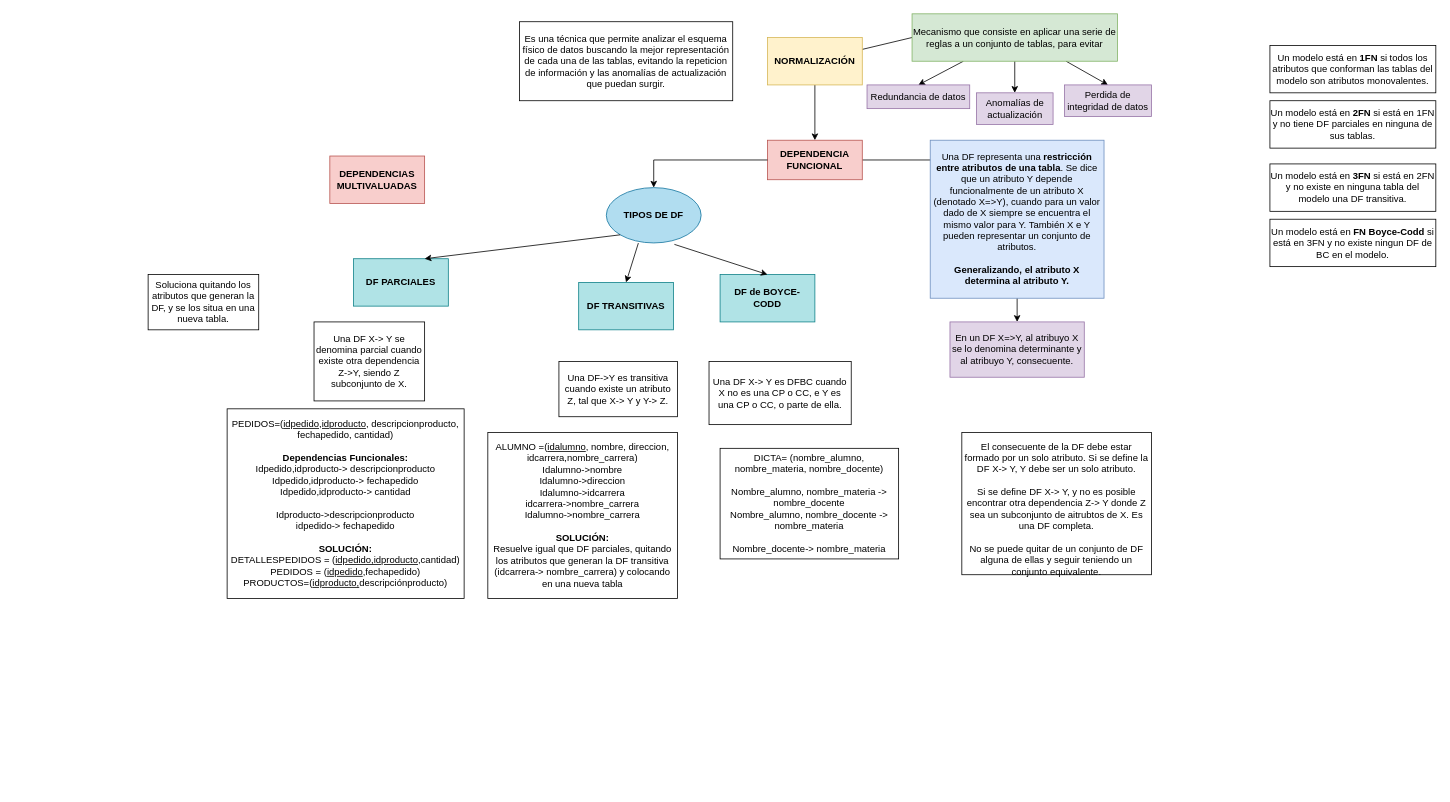
Before: page "Normalización" (6 of 6) of Diagrama-resumen.drawio in senras/DBD, a draw.io diagram. Source tidied: cells renumbered, new cells numbered last; positions are measured from the earlier drawing's top-left corner, leaving out a move shared by most shapes. Both pictures are drawn from the tidied source at 79%, with x=0, y=0 at pixel (148, 13).
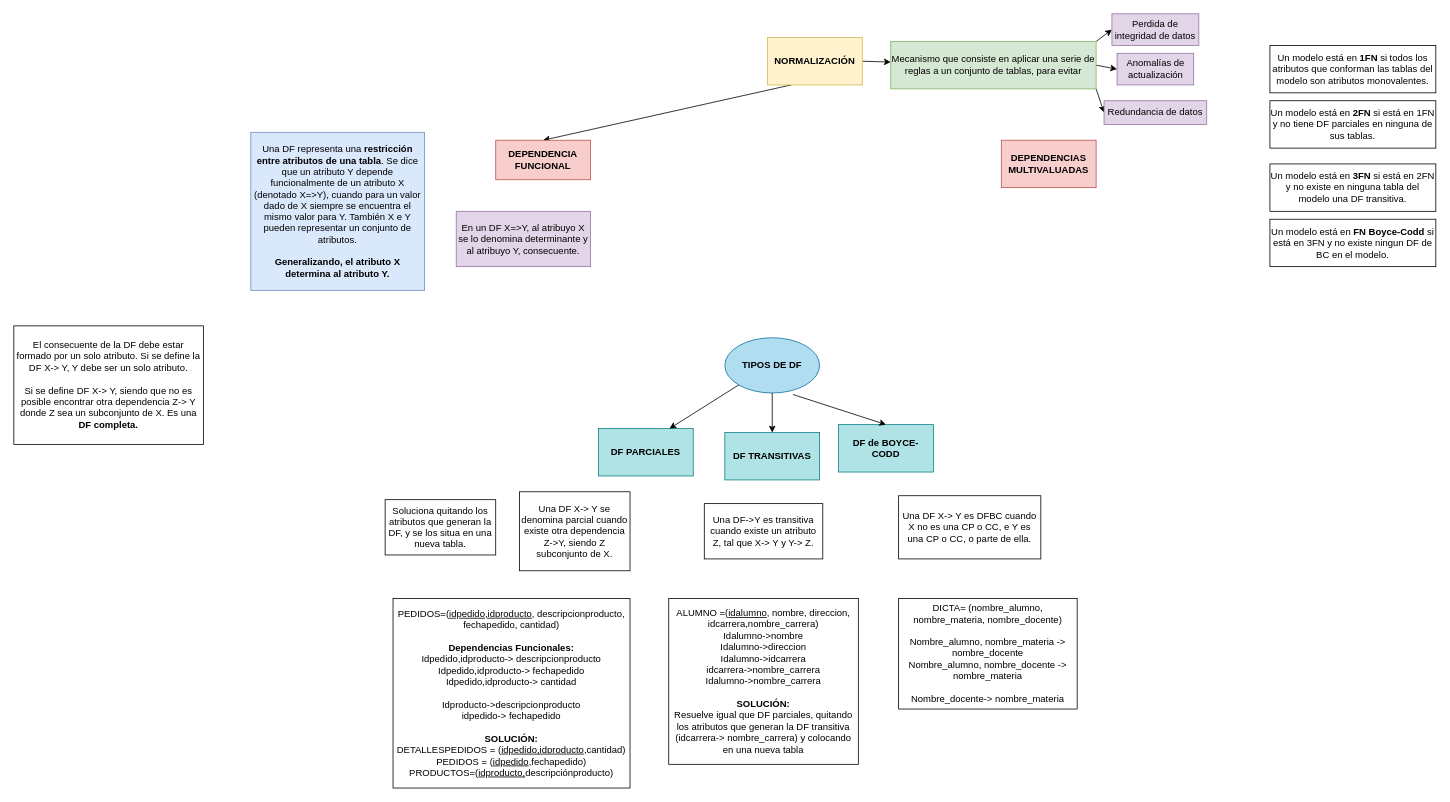
Above is the later version.

Unchanged cells that the change refers to:
```xml
<mxCell id="4" value="&lt;b&gt;NORMALIZACIÓN&lt;/b&gt;" style="rounded=0;whiteSpace=wrap;html=1;fillColor=#fff2cc;strokeColor=#d6b656;" parent="1" vertex="1">
  <mxGeometry x="784" y="30" width="120" height="60" as="geometry" />
</mxCell>
```

The edit, as a diff of the source:
```diff
@@
+    <mxCell id="3" style="edgeStyle=none;rounded=0;jettySize=auto;html=1;exitX=0.25;exitY=1;exitDx=0;exitDy=0;entryX=0.5;entryY=0;entryDx=0;entryDy=0;endArrow=classic;endFill=1;" parent="1" edge="1" source="4" target="10">
+      <mxGeometry relative="1" as="geometry" />
+    </mxCell>
-    <mxCell id="2" style="rounded=0;jettySize=auto;html=1;exitX=1;exitY=0.25;exitDx=0;exitDy=0;entryX=0;entryY=0.5;entryDx=0;entryDy=0;endArrow=none;endFill=0;" parent="1" edge="1" source="4" target="8">
+    <mxCell id="2" style="rounded=0;jettySize=auto;html=1;exitX=1;exitY=0.5;exitDx=0;exitDy=0;" parent="1" edge="1" source="4" target="8">
       <mxGeometry relative="1" as="geometry" />
     </mxCell>
-    <mxCell id="3" style="edgeStyle=none;rounded=0;jettySize=auto;html=1;exitX=0.5;exitY=1;exitDx=0;exitDy=0;entryX=0.5;entryY=0;entryDx=0;entryDy=0;endArrow=classic;endFill=1;" parent="1" edge="1" source="4" target="10">
-      <mxGeometry relative="1" as="geometry" />
-    </mxCell>
@@
-    <mxCell id="5" style="edgeStyle=none;rounded=0;jettySize=auto;html=1;exitX=0.25;exitY=1;exitDx=0;exitDy=0;entryX=0.5;entryY=0;entryDx=0;entryDy=0;endArrow=classic;endFill=1;" parent="1" edge="1" source="8" target="19">
+    <mxCell id="5" style="edgeStyle=none;rounded=0;jettySize=auto;html=1;exitX=1;exitY=1;exitDx=0;exitDy=0;entryX=0;entryY=0.5;entryDx=0;entryDy=0;endArrow=classic;endFill=1;" parent="1" edge="1" source="8" target="19">
       <mxGeometry relative="1" as="geometry" />
     </mxCell>
-    <mxCell id="6" style="edgeStyle=none;rounded=0;jettySize=auto;html=1;exitX=0.5;exitY=1;exitDx=0;exitDy=0;entryX=0.5;entryY=0;entryDx=0;entryDy=0;endArrow=classic;endFill=1;" parent="1" edge="1" source="8" target="18">
+    <mxCell id="6" style="edgeStyle=none;rounded=0;jettySize=auto;html=1;exitX=1;exitY=0.5;exitDx=0;exitDy=0;entryX=0;entryY=0.5;entryDx=0;entryDy=0;endArrow=classic;endFill=1;" parent="1" edge="1" source="8" target="18">
       <mxGeometry relative="1" as="geometry" />
     </mxCell>
-    <mxCell id="7" style="edgeStyle=none;rounded=0;jettySize=auto;html=1;exitX=0.75;exitY=1;exitDx=0;exitDy=0;entryX=0.5;entryY=0;entryDx=0;entryDy=0;endArrow=classic;endFill=1;" parent="1" edge="1" source="8" target="17">
+    <mxCell id="7" style="edgeStyle=none;rounded=0;jettySize=auto;html=1;exitX=1;exitY=0;exitDx=0;exitDy=0;entryX=0;entryY=0.5;entryDx=0;entryDy=0;endArrow=classic;endFill=1;" parent="1" edge="1" source="8" target="17">
       <mxGeometry relative="1" as="geometry" />
     </mxCell>
     <mxCell id="8" value="Mecanismo que consiste en aplicar una serie de reglas a un conjunto de tablas, para evitar" style="text;html=1;strokeColor=#82b366;fillColor=#d5e8d4;align=center;verticalAlign=middle;whiteSpace=wrap;rounded=0;" parent="1" vertex="1">
-      <mxGeometry x="967" width="260" height="60" as="geometry" />
+      <mxGeometry x="940" y="35" width="260" height="60" as="geometry" />
     </mxCell>
-    <mxCell id="9" style="edgeStyle=none;rounded=0;jettySize=auto;html=1;exitX=1;exitY=0.5;exitDx=0;exitDy=0;endArrow=none;endFill=0;" parent="1" edge="1" source="10">
-      <mxGeometry relative="1" as="geometry">
-        <mxPoint x="1000" y="185" as="targetPoint" />
-      </mxGeometry>
-    </mxCell>
     <mxCell id="10" value="DEPENDENCIA FUNCIONAL&lt;br&gt;" style="rounded=0;whiteSpace=wrap;html=1;fillColor=#f8cecc;strokeColor=#b85450;fontStyle=1;" parent="1" vertex="1">
-      <mxGeometry x="784" y="160" width="120" height="50" as="geometry" />
+      <mxGeometry x="440" y="160" width="120" height="50" as="geometry" />
     </mxCell>
-    <mxCell id="11" style="edgeStyle=orthogonalEdgeStyle;rounded=0;jettySize=auto;html=1;exitX=0.5;exitY=1;exitDx=0;exitDy=0;entryX=0.5;entryY=0;entryDx=0;entryDy=0;" parent="1" edge="1" source="12" target="24">
-      <mxGeometry relative="1" as="geometry" />
-    </mxCell>
     <mxCell id="12" value="Una DF representa una &lt;b&gt;restricción entre atributos de una tabla&lt;/b&gt;. Se dice que un atributo Y depende funcionalmente de un atributo X (denotado X=&amp;gt;Y), cuando para un valor dado de X siempre se encuentra el mismo valor para Y. También X e Y pueden representar un conjunto de atributos.&lt;br&gt;&lt;br&gt;&lt;b&gt;Generalizando, el atributo X determina al atributo Y.&lt;/b&gt;" style="rounded=0;whiteSpace=wrap;html=1;fillColor=#dae8fc;strokeColor=#6c8ebf;" parent="1" vertex="1">
-      <mxGeometry x="990" y="160" width="220" height="200" as="geometry" />
+      <mxGeometry x="130" y="150" width="220" height="200" as="geometry" />
     </mxCell>
     <mxCell id="13" value="&lt;b&gt;DF PARCIALES&lt;/b&gt;" style="rounded=0;whiteSpace=wrap;html=1;fillColor=#b0e3e6;strokeColor=#0e8088;" parent="1" vertex="1">
-      <mxGeometry x="260" y="310" width="120" height="60" as="geometry" />
+      <mxGeometry x="570" y="525" width="120" height="60" as="geometry" />
     </mxCell>
     <mxCell id="14" value="&lt;b&gt;DF TRANSITIVAS&lt;/b&gt;" style="rounded=0;whiteSpace=wrap;html=1;fillColor=#b0e3e6;strokeColor=#0e8088;" parent="1" vertex="1">
-      <mxGeometry x="545" y="340" width="120" height="60" as="geometry" />
+      <mxGeometry x="730" y="530" width="120" height="60" as="geometry" />
     </mxCell>
     <mxCell id="15" value="DF de BOYCE-CODD" style="rounded=0;whiteSpace=wrap;html=1;fontStyle=1;fillColor=#b0e3e6;strokeColor=#0e8088;" parent="1" vertex="1">
-      <mxGeometry x="724" y="330" width="120" height="60" as="geometry" />
+      <mxGeometry x="874" y="520" width="120" height="60" as="geometry" />
     </mxCell>
     <mxCell id="16" value="&lt;b&gt;DEPENDENCIAS MULTIVALUADAS&lt;/b&gt;" style="rounded=0;whiteSpace=wrap;html=1;fillColor=#f8cecc;strokeColor=#b85450;" parent="1" vertex="1">
-      <mxGeometry x="230" y="180" width="120" height="60" as="geometry" />
+      <mxGeometry x="1080" y="160" width="120" height="60" as="geometry" />
     </mxCell>
     <mxCell id="17" value="Perdida de integridad de datos" style="rounded=0;whiteSpace=wrap;html=1;fillColor=#e1d5e7;strokeColor=#9673a6;" parent="1" vertex="1">
-      <mxGeometry x="1160" y="90" width="110" height="40" as="geometry" />
+      <mxGeometry x="1220" width="110" height="40" as="geometry" />
     </mxCell>
     <mxCell id="18" value="Anomalías de actualización" style="rounded=0;whiteSpace=wrap;html=1;fillColor=#e1d5e7;strokeColor=#9673a6;" parent="1" vertex="1">
-      <mxGeometry x="1048.5" y="100" width="97" height="40" as="geometry" />
+      <mxGeometry x="1226.5" y="50" width="97" height="40" as="geometry" />
     </mxCell>
     <mxCell id="19" value="Redundancia de datos" style="rounded=0;whiteSpace=wrap;html=1;fillColor=#e1d5e7;strokeColor=#9673a6;" parent="1" vertex="1">
-      <mxGeometry x="910" y="90" width="130" height="30" as="geometry" />
+      <mxGeometry x="1210" y="110" width="130" height="30" as="geometry" />
     </mxCell>
     <mxCell id="20" value="&lt;b&gt;TIPOS DE DF&lt;/b&gt;" style="ellipse;whiteSpace=wrap;html=1;fillColor=#b1ddf0;strokeColor=#10739e;" parent="1" vertex="1">
-      <mxGeometry x="580" y="220" width="120" height="70" as="geometry" />
+      <mxGeometry x="730" y="410" width="120" height="70" as="geometry" />
     </mxCell>
@@
-    <mxCell id="22" style="endArrow=classic;html=1;rounded=0;entryX=0.5;entryY=0;entryDx=0;entryDy=0;exitX=0.338;exitY=1.003;exitDx=0;exitDy=0;exitPerimeter=0;" parent="1" edge="1" source="20" target="14">
+    <mxCell id="22" style="endArrow=classic;html=1;rounded=0;exitX=0.5;exitY=1;exitDx=0;exitDy=0;" parent="1" edge="1" source="20" target="14">
       <mxGeometry relative="1" as="geometry" />
     </mxCell>
@@
     <mxCell id="24" value="En un DF X=&amp;gt;Y, al atribuyo X se lo denomina determinante y al atribuyo Y, consecuente." style="rounded=0;whiteSpace=wrap;html=1;fillColor=#e1d5e7;strokeColor=#9673a6;" parent="1" vertex="1">
-      <mxGeometry x="1015" y="390" width="170" height="70" as="geometry" />
+      <mxGeometry x="390" y="250" width="170" height="70" as="geometry" />
     </mxCell>
-    <mxCell id="25" style="endArrow=classic;html=1;rounded=0;exitX=0;exitY=0.5;exitDx=0;exitDy=0;edgeStyle=orthogonalEdgeStyle;entryX=0.5;entryY=0;entryDx=0;entryDy=0;endFill=1;" parent="1" edge="1" source="10" target="20">
-      <mxGeometry relative="1" as="geometry" />
-    </mxCell>
-    <mxCell id="26" value="&lt;br&gt;El consecuente de la DF debe estar formado por un solo atributo. Si se define la DF X-&amp;gt; Y, Y debe ser un solo atributo.&lt;br&gt;&lt;br&gt;Si se define DF X-&amp;gt; Y, y no es posible encontrar otra dependencia Z-&amp;gt; Y donde Z sea un subconjunto de aitrubtos de X. Es una DF completa.&lt;br&gt;&lt;br&gt;No se puede quitar de un conjunto de DF alguna de ellas y seguir teniendo un conjunto equivalente." style="rounded=0;whiteSpace=wrap;html=1;" parent="1" vertex="1">
-      <mxGeometry x="1030" y="530" width="240" height="180" as="geometry" />
+    <mxCell id="26" value="El consecuente de la DF debe estar formado por un solo atributo. Si se define la DF X-&amp;gt; Y, Y debe ser un solo atributo.&lt;br&gt;&lt;br&gt;Si se define DF X-&amp;gt; Y, siendo que no es posible encontrar otra dependencia Z-&amp;gt; Y donde Z sea un subconjunto de X. Es una &lt;b&gt;DF completa.&lt;/b&gt;" style="rounded=0;whiteSpace=wrap;html=1;" parent="1" vertex="1">
+      <mxGeometry x="-170" y="395" width="240" height="150" as="geometry" />
     </mxCell>
     <mxCell id="27" value="Una DF X-&amp;gt; Y se denomina parcial cuando existe otra dependencia Z-&amp;gt;Y, siendo Z subconjunto de X." style="rounded=0;whiteSpace=wrap;html=1;" parent="1" vertex="1">
-      <mxGeometry x="210" y="390" width="140" height="100" as="geometry" />
+      <mxGeometry x="470" y="605" width="140" height="100" as="geometry" />
     </mxCell>
     <mxCell id="28" value="Una DF-&amp;gt;Y es transitiva cuando existe un atributo Z, tal que X-&amp;gt; Y y Y-&amp;gt; Z." style="rounded=0;whiteSpace=wrap;html=1;" parent="1" vertex="1">
-      <mxGeometry x="520" y="440" width="150" height="70" as="geometry" />
+      <mxGeometry x="704" y="620" width="150" height="70" as="geometry" />
     </mxCell>
     <mxCell id="29" value="PEDIDOS=(&lt;u&gt;idpedido,idproducto&lt;/u&gt;, descripcionproducto, fechapedido, cantidad)&lt;br&gt;&lt;br&gt;&lt;b&gt;Dependencias Funcionales:&lt;/b&gt;&lt;br&gt;Idpedido,idproducto-&amp;gt; descripcionproducto&lt;br&gt;Idpedido,idproducto-&amp;gt; fechapedido&lt;br&gt;Idpedido,idproducto-&amp;gt; cantidad&lt;br&gt;&lt;br&gt;Idproducto-&amp;gt;descripcionproducto&lt;br&gt;idpedido-&amp;gt; fechapedido&lt;br&gt;&lt;br&gt;&lt;b&gt;SOLUCIÓN:&lt;/b&gt;&lt;br&gt;DETALLESPEDIDOS = (&lt;u&gt;idpedido,idproducto&lt;/u&gt;,cantidad)&lt;br&gt;PEDIDOS = (&lt;u&gt;idpedido&lt;/u&gt;,fechapedido)&lt;br&gt;PRODUCTOS=(&lt;u&gt;idproducto,&lt;/u&gt;descripciónproducto)" style="rounded=0;whiteSpace=wrap;html=1;" parent="1" vertex="1">
-      <mxGeometry x="100" y="500" width="300" height="240" as="geometry" />
+      <mxGeometry x="310" y="740" width="300" height="240" as="geometry" />
     </mxCell>
     <mxCell id="30" value="ALUMNO =(&lt;u&gt;idalumno&lt;/u&gt;, nombre, direccion, idcarrera,nombre_carrera)&lt;br&gt;Idalumno-&amp;gt;nombre&lt;br&gt;Idalumno-&amp;gt;direccion&lt;br&gt;Idalumno-&amp;gt;idcarrera&lt;br&gt;idcarrera-&amp;gt;nombre_carrera&lt;br&gt;Idalumno-&amp;gt;nombre_carrera&lt;br&gt;&lt;br&gt;&lt;b&gt;SOLUCIÓN:&lt;br&gt;&lt;/b&gt;Resuelve igual que DF parciales, quitando los atributos que generan la DF transitiva (idcarrera-&amp;gt; nombre_carrera) y colocando en una nueva tabla" style="rounded=0;whiteSpace=wrap;html=1;" parent="1" vertex="1">
-      <mxGeometry x="430" y="530" width="240" height="210" as="geometry" />
+      <mxGeometry x="659" y="740" width="240" height="210" as="geometry" />
     </mxCell>
     <mxCell id="31" value="Una DF X-&amp;gt; Y es DFBC cuando X no es una CP o CC, e Y es una CP o CC, o parte de ella." style="rounded=0;whiteSpace=wrap;html=1;" parent="1" vertex="1">
-      <mxGeometry x="710" y="440" width="180" height="80" as="geometry" />
+      <mxGeometry x="950" y="610" width="180" height="80" as="geometry" />
     </mxCell>
     <mxCell id="32" value="DICTA= (nombre_alumno, nombre_materia, nombre_docente)&lt;br&gt;&lt;br&gt;Nombre_alumno, nombre_materia -&amp;gt; nombre_docente&lt;br&gt;Nombre_alumno, nombre_docente -&amp;gt; nombre_materia&lt;br&gt;&lt;br&gt;Nombre_docente-&amp;gt; nombre_materia" style="rounded=0;whiteSpace=wrap;html=1;" parent="1" vertex="1">
-      <mxGeometry x="724" y="550" width="226" height="140" as="geometry" />
+      <mxGeometry x="950" y="740" width="226" height="140" as="geometry" />
     </mxCell>
-    <mxCell id="33" value="Es una técnica que permite analizar el esquema físico de datos buscando la mejor representación de cada una de las tablas, evitando la repeticion de información y las anomalías de actualización que puedan surgir." style="rounded=0;whiteSpace=wrap;html=1;" parent="1" vertex="1">
-      <mxGeometry x="470" y="10" width="270" height="100" as="geometry" />
-    </mxCell>
@@
     <mxCell id="36" value="Soluciona quitando los atributos que generan la DF, y se los situa en una nueva tabla." style="rounded=0;whiteSpace=wrap;html=1;" parent="1" vertex="1">
-      <mxGeometry y="330" width="140" height="70" as="geometry" />
+      <mxGeometry x="300" y="615" width="140" height="70" as="geometry" />
     </mxCell>
```
